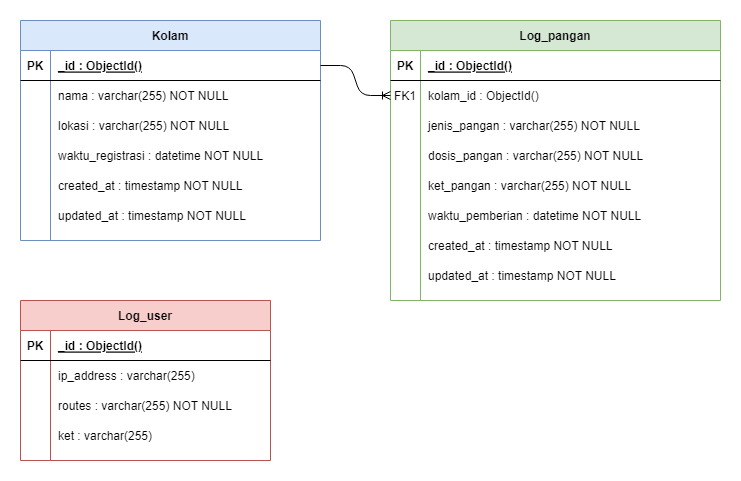
Earlier version of the draw.io export doc/Sprint 1/diagram database/database.png (andrirahmanto/backendserverfishculture). Source tidied: cells renumbered, new cells last; positions are measured from the earlier drawing's top-left corner, leaving out a move shared by most shapes.
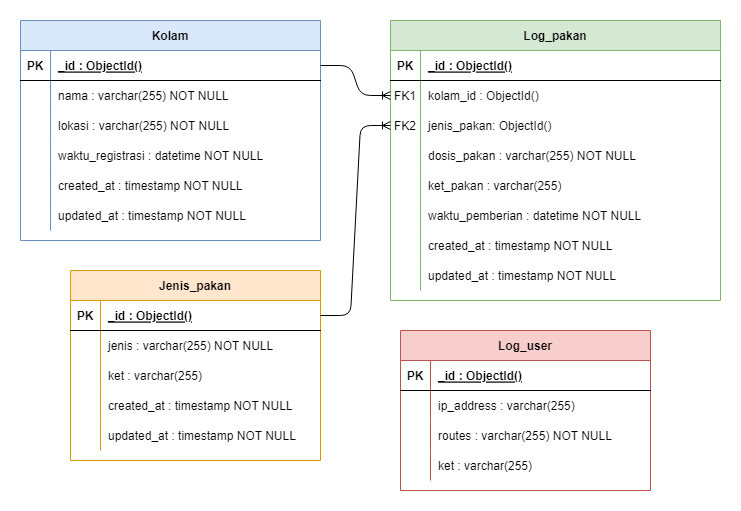
After the commit.

Commit message:
doc: update database diagram

What changed in the source:
```diff
@@ -2,7 +2,7 @@
   <root>
     <mxCell id="0" />
     <mxCell id="1" parent="0" />
-    <mxCell id="2" value="Log_pangan" style="shape=table;startSize=30;rowLines=0;fontStyle=1;align=center;fillColor=#d5e8d4;strokeColor=#82b366;" parent="1" vertex="1">
+    <mxCell id="2" value="Log_pakan" style="shape=table;startSize=30;rowLines=0;fontStyle=1;align=center;fillColor=#d5e8d4;strokeColor=#82b366;" parent="1" vertex="1">
       <mxGeometry x="370" width="330" height="280" as="geometry" />
     </mxCell>
     <mxCell id="3" style="shape=partialRectangle;fillColor=none;top=0;left=0;right=0;bottom=1;" parent="2" vertex="1">
@@ -26,10 +26,10 @@
     <mxCell id="9" style="shape=partialRectangle;fillColor=none;points=[[0,0.5],[1,0.5]];portConstraint=eastwest;top=0;left=0;right=0;bottom=0;" parent="2" vertex="1">
       <mxGeometry y="90" width="330" height="30" as="geometry" />
     </mxCell>
-    <mxCell id="10" style="shape=partialRectangle;overflow=hidden;fillColor=none;top=0;left=0;bottom=0;right=0;" parent="9" vertex="1">
+    <mxCell id="10" value="FK2" style="shape=partialRectangle;overflow=hidden;fillColor=none;top=0;left=0;bottom=0;right=0;" parent="9" vertex="1">
       <mxGeometry width="30" height="30" as="geometry" />
     </mxCell>
-    <mxCell id="11" value="jenis_pangan : varchar(255) NOT NULL" style="shape=partialRectangle;overflow=hidden;fillColor=none;top=0;left=0;bottom=0;right=0;align=left;spacingLeft=6;" parent="9" vertex="1">
+    <mxCell id="11" value="jenis_pakan: ObjectId()" style="shape=partialRectangle;overflow=hidden;fillColor=none;top=0;left=0;bottom=0;right=0;align=left;spacingLeft=6;" parent="9" vertex="1">
       <mxGeometry x="30" width="300" height="30" as="geometry" />
     </mxCell>
     <mxCell id="12" style="shape=partialRectangle;fillColor=none;top=0;left=0;right=0;bottom=0;" parent="2" vertex="1">
@@ -38,7 +38,7 @@
     <mxCell id="13" style="shape=partialRectangle;overflow=hidden;fillColor=none;top=0;left=0;bottom=0;right=0;" parent="12" vertex="1">
       <mxGeometry width="30" height="30" as="geometry" />
     </mxCell>
-    <mxCell id="14" value="dosis_pangan : varchar(255) NOT NULL" style="shape=partialRectangle;overflow=hidden;fillColor=none;top=0;left=0;bottom=0;right=0;align=left;spacingLeft=6;" parent="12" vertex="1">
+    <mxCell id="14" value="dosis_pakan : varchar(255) NOT NULL" style="shape=partialRectangle;overflow=hidden;fillColor=none;top=0;left=0;bottom=0;right=0;align=left;spacingLeft=6;" parent="12" vertex="1">
       <mxGeometry x="30" width="300" height="30" as="geometry" />
     </mxCell>
     <mxCell id="15" style="shape=partialRectangle;fillColor=none;top=0;left=0;right=0;bottom=0;" parent="2" vertex="1">
@@ -47,7 +47,7 @@
     <mxCell id="16" style="shape=partialRectangle;overflow=hidden;fillColor=none;top=0;left=0;bottom=0;right=0;" parent="15" vertex="1">
       <mxGeometry width="30" height="30" as="geometry" />
     </mxCell>
-    <mxCell id="17" value="ket_pangan : varchar(255) NOT NULL" style="shape=partialRectangle;overflow=hidden;fillColor=none;top=0;left=0;bottom=0;right=0;align=left;spacingLeft=6;" parent="15" vertex="1">
+    <mxCell id="17" value="ket_pakan : varchar(255)" style="shape=partialRectangle;overflow=hidden;fillColor=none;top=0;left=0;bottom=0;right=0;align=left;spacingLeft=6;" parent="15" vertex="1">
       <mxGeometry x="30" width="300" height="30" as="geometry" />
     </mxCell>
     <mxCell id="18" style="shape=partialRectangle;fillColor=none;top=0;left=0;right=0;bottom=0;" parent="2" vertex="1">
@@ -77,8 +77,8 @@
     <mxCell id="26" value="updated_at : timestamp NOT NULL" style="shape=partialRectangle;overflow=hidden;fillColor=none;top=0;left=0;bottom=0;right=0;align=left;spacingLeft=6;" parent="24" vertex="1">
       <mxGeometry x="30" width="300" height="30" as="geometry" />
     </mxCell>
-    <mxCell id="27" value="Log_user" style="shape=table;startSize=30;rowLines=0;fontStyle=1;align=center;fillColor=#f8cecc;strokeColor=#b85450;" parent="1" vertex="1">
-      <mxGeometry y="280" width="250" height="160" as="geometry" />
+    <mxCell id="27" value="Jenis_pakan" style="shape=table;startSize=30;rowLines=0;fontStyle=1;align=center;fillColor=#ffe6cc;strokeColor=#d79b00;" parent="1" vertex="1">
+      <mxGeometry x="50" y="250" width="250" height="190" as="geometry" />
     </mxCell>
     <mxCell id="28" style="shape=partialRectangle;fillColor=none;points=[[0,0.5],[1,0.5]];portConstraint=eastwest;top=0;left=0;right=0;bottom=1;" parent="27" vertex="1">
       <mxGeometry y="30" width="250" height="30" as="geometry" />
@@ -95,27 +95,36 @@
     <mxCell id="32" style="shape=partialRectangle;overflow=hidden;fillColor=none;top=0;left=0;bottom=0;right=0;" parent="31" vertex="1">
       <mxGeometry width="30" height="30" as="geometry" />
     </mxCell>
-    <mxCell id="33" value="ip_address : varchar(255)" style="shape=partialRectangle;overflow=hidden;fillColor=none;top=0;left=0;bottom=0;right=0;align=left;spacingLeft=6;" parent="31" vertex="1">
+    <mxCell id="33" value="jenis : varchar(255) NOT NULL" style="shape=partialRectangle;overflow=hidden;fillColor=none;top=0;left=0;bottom=0;right=0;align=left;spacingLeft=6;" parent="31" vertex="1">
       <mxGeometry x="30" width="220" height="30" as="geometry" />
     </mxCell>
-    <mxCell id="34" style="shape=partialRectangle;fillColor=none;top=0;left=0;right=0;bottom=0;" parent="27" vertex="1">
-      <mxGeometry y="90" width="250" height="30" as="geometry" />
-    </mxCell>
-    <mxCell id="35" style="shape=partialRectangle;overflow=hidden;fillColor=none;top=0;left=0;bottom=0;right=0;" parent="34" vertex="1">
-      <mxGeometry width="30" height="30" as="geometry" />
-    </mxCell>
-    <mxCell id="36" value="routes : varchar(255) NOT NULL" style="shape=partialRectangle;overflow=hidden;fillColor=none;top=0;left=0;bottom=0;right=0;align=left;spacingLeft=6;" parent="34" vertex="1">
-      <mxGeometry x="30" width="220" height="30" as="geometry" />
-    </mxCell>
     <mxCell id="37" style="shape=partialRectangle;fillColor=none;top=0;left=0;right=0;bottom=0;" parent="27" vertex="1">
-      <mxGeometry y="120" width="250" height="30" as="geometry" />
+      <mxGeometry y="90" width="250" height="30" as="geometry" />
     </mxCell>
     <mxCell id="38" style="shape=partialRectangle;overflow=hidden;fillColor=none;top=0;left=0;bottom=0;right=0;" parent="37" vertex="1">
       <mxGeometry width="30" height="30" as="geometry" />
     </mxCell>
-    <mxCell id="39" value="ket : varchar(255)" style="shape=partialRectangle;overflow=hidden;fillColor=none;top=0;left=0;bottom=0;right=0;align=left;spacingLeft=6;" parent="37" vertex="1">
+    <mxCell id="39" value="ket : varchar(255) " style="shape=partialRectangle;overflow=hidden;fillColor=none;top=0;left=0;bottom=0;right=0;align=left;spacingLeft=6;" parent="37" vertex="1">
       <mxGeometry x="30" width="220" height="30" as="geometry" />
     </mxCell>
+    <mxCell id="60" style="shape=partialRectangle;fillColor=none;top=0;left=0;right=0;bottom=0;" parent="27" vertex="1">
+      <mxGeometry y="120" width="250" height="30" as="geometry" />
+    </mxCell>
+    <mxCell id="61" style="shape=partialRectangle;overflow=hidden;fillColor=none;top=0;left=0;bottom=0;right=0;" parent="60" vertex="1">
+      <mxGeometry width="30" height="30" as="geometry" />
+    </mxCell>
+    <mxCell id="62" value="created_at : timestamp NOT NULL" style="shape=partialRectangle;overflow=hidden;fillColor=none;top=0;left=0;bottom=0;right=0;align=left;spacingLeft=6;" parent="60" vertex="1">
+      <mxGeometry x="30" width="220" height="30" as="geometry" />
+    </mxCell>
+    <mxCell id="63" style="shape=partialRectangle;fillColor=none;top=0;left=0;right=0;bottom=0;" parent="27" vertex="1">
+      <mxGeometry y="150" width="250" height="30" as="geometry" />
+    </mxCell>
+    <mxCell id="64" style="shape=partialRectangle;overflow=hidden;fillColor=none;top=0;left=0;bottom=0;right=0;" parent="63" vertex="1">
+      <mxGeometry width="30" height="30" as="geometry" />
+    </mxCell>
+    <mxCell id="65" value="updated_at : timestamp NOT NULL" style="shape=partialRectangle;overflow=hidden;fillColor=none;top=0;left=0;bottom=0;right=0;align=left;spacingLeft=6;" parent="63" vertex="1">
+      <mxGeometry x="30" width="220" height="30" as="geometry" />
+    </mxCell>
     <mxCell id="40" value="Kolam" style="shape=table;startSize=30;rowLines=0;fontStyle=1;align=center;fillColor=#dae8fc;strokeColor=#6c8ebf;" parent="1" vertex="1">
       <mxGeometry width="300" height="220" as="geometry" />
     </mxCell>
@@ -176,5 +185,47 @@
     <mxCell id="59" style="edgeStyle=entityRelationEdgeStyle;fontSize=12;html=1;endArrow=ERoneToMany;exitX=1;exitY=0.5;exitDx=0;exitDy=0;entryX=0;entryY=0.5;entryDx=0;entryDy=0;" parent="1" edge="1" source="41" target="6">
       <mxGeometry relative="1" as="geometry" />
     </mxCell>
+    <mxCell id="66" value="Log_user" style="shape=table;startSize=30;rowLines=0;fontStyle=1;align=center;fillColor=#f8cecc;strokeColor=#b85450;" parent="1" vertex="1">
+      <mxGeometry x="380" y="310" width="250" height="160" as="geometry" />
+    </mxCell>
+    <mxCell id="67" style="shape=partialRectangle;fillColor=none;top=0;left=0;right=0;bottom=1;" parent="66" vertex="1">
+      <mxGeometry y="30" width="250" height="30" as="geometry" />
+    </mxCell>
+    <mxCell id="68" value="PK" style="shape=partialRectangle;overflow=hidden;fillColor=none;top=0;left=0;bottom=0;right=0;fontStyle=1;" parent="67" vertex="1">
+      <mxGeometry width="30" height="30" as="geometry" />
+    </mxCell>
+    <mxCell id="69" value="_id : ObjectId()" style="shape=partialRectangle;overflow=hidden;fillColor=none;top=0;left=0;bottom=0;right=0;align=left;spacingLeft=6;fontStyle=5;" parent="67" vertex="1">
+      <mxGeometry x="30" width="220" height="30" as="geometry" />
+    </mxCell>
+    <mxCell id="70" style="shape=partialRectangle;fillColor=none;top=0;left=0;right=0;bottom=0;" parent="66" vertex="1">
+      <mxGeometry y="60" width="250" height="30" as="geometry" />
+    </mxCell>
+    <mxCell id="71" style="shape=partialRectangle;overflow=hidden;fillColor=none;top=0;left=0;bottom=0;right=0;" parent="70" vertex="1">
+      <mxGeometry width="30" height="30" as="geometry" />
+    </mxCell>
+    <mxCell id="72" value="ip_address : varchar(255)" style="shape=partialRectangle;overflow=hidden;fillColor=none;top=0;left=0;bottom=0;right=0;align=left;spacingLeft=6;" parent="70" vertex="1">
+      <mxGeometry x="30" width="220" height="30" as="geometry" />
+    </mxCell>
+    <mxCell id="34" style="shape=partialRectangle;fillColor=none;top=0;left=0;right=0;bottom=0;" parent="66" vertex="1">
+      <mxGeometry y="90" width="250" height="30" as="geometry" />
+    </mxCell>
+    <mxCell id="73" style="shape=partialRectangle;overflow=hidden;fillColor=none;top=0;left=0;bottom=0;right=0;" parent="34" vertex="1">
+      <mxGeometry width="30" height="30" as="geometry" />
+    </mxCell>
+    <mxCell id="36" value="routes : varchar(255) NOT NULL" style="shape=partialRectangle;overflow=hidden;fillColor=none;top=0;left=0;bottom=0;right=0;align=left;spacingLeft=6;" parent="34" vertex="1">
+      <mxGeometry x="30" width="220" height="30" as="geometry" />
+    </mxCell>
+    <mxCell id="74" style="shape=partialRectangle;fillColor=none;top=0;left=0;right=0;bottom=0;" parent="66" vertex="1">
+      <mxGeometry y="120" width="250" height="30" as="geometry" />
+    </mxCell>
+    <mxCell id="75" style="shape=partialRectangle;overflow=hidden;fillColor=none;top=0;left=0;bottom=0;right=0;" parent="74" vertex="1">
+      <mxGeometry width="30" height="30" as="geometry" />
+    </mxCell>
+    <mxCell id="76" value="ket : varchar(255)" style="shape=partialRectangle;overflow=hidden;fillColor=none;top=0;left=0;bottom=0;right=0;align=left;spacingLeft=6;" parent="74" vertex="1">
+      <mxGeometry x="30" width="220" height="30" as="geometry" />
+    </mxCell>
+    <mxCell id="77" style="edgeStyle=entityRelationEdgeStyle;fontSize=12;html=1;endArrow=ERoneToMany;exitX=1;exitY=0.5;exitDx=0;exitDy=0;entryX=0;entryY=0.5;entryDx=0;entryDy=0;" parent="1" edge="1" source="28" target="9">
+      <mxGeometry relative="1" as="geometry" />
+    </mxCell>
   </root>
 </mxGraphModel>
```
